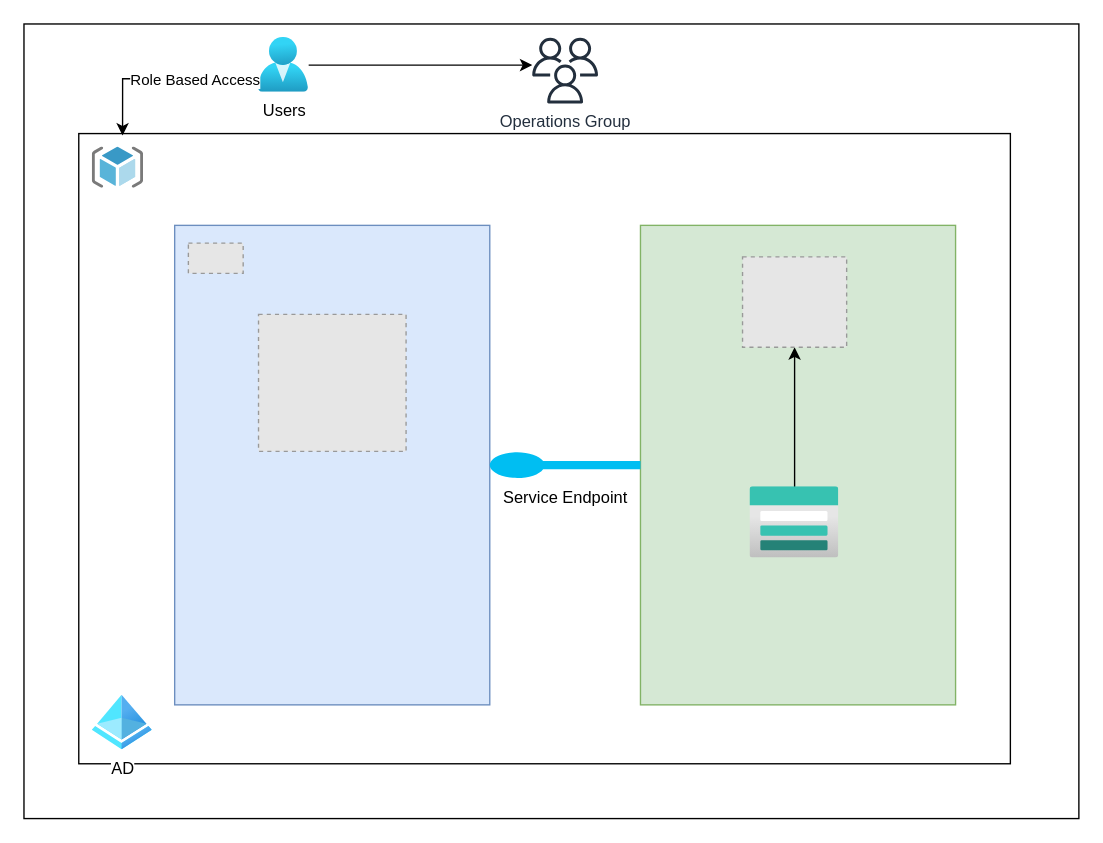
This is RandEnt.drawio from ameenclick/diagrams, a draw.io file, before an edit. Source tidied: cells renumbered, new cells numbered last; positions are measured from the earlier drawing's top-left corner, leaving out a move shared by most shapes. Both pictures are drawn from the tidied source at 137%, with x=0, y=0 at pixel (23, 23). Pictures stored in the file or linked from it are replaced by grey dashed boxes.
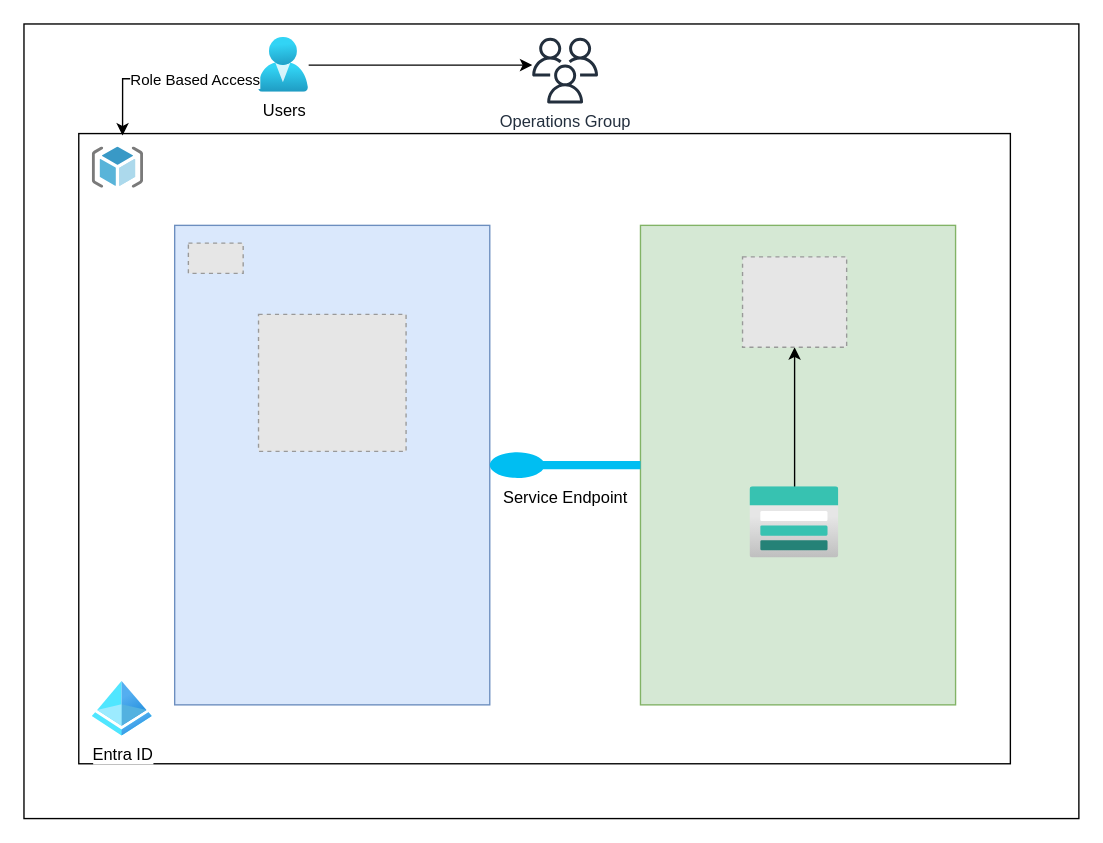
After the change.

What changed in the source:
```diff
@@
-    <mxCell id="18" value="AD" style="image;html=1;align=center;fontSize=12;image=img/lib/azure2/identity/Azure_Active_Directory.svg;" parent="1" vertex="1">
-      <mxGeometry x="50" y="490" width="43.8" height="40" as="geometry" />
+    <mxCell id="18" value="Entra ID" style="image;html=1;align=center;fontSize=12;image=img/lib/azure2/identity/Azure_Active_Directory.svg;" parent="1" vertex="1">
+      <mxGeometry x="50" y="480" width="43.8" height="40" as="geometry" />
     </mxCell>
```
